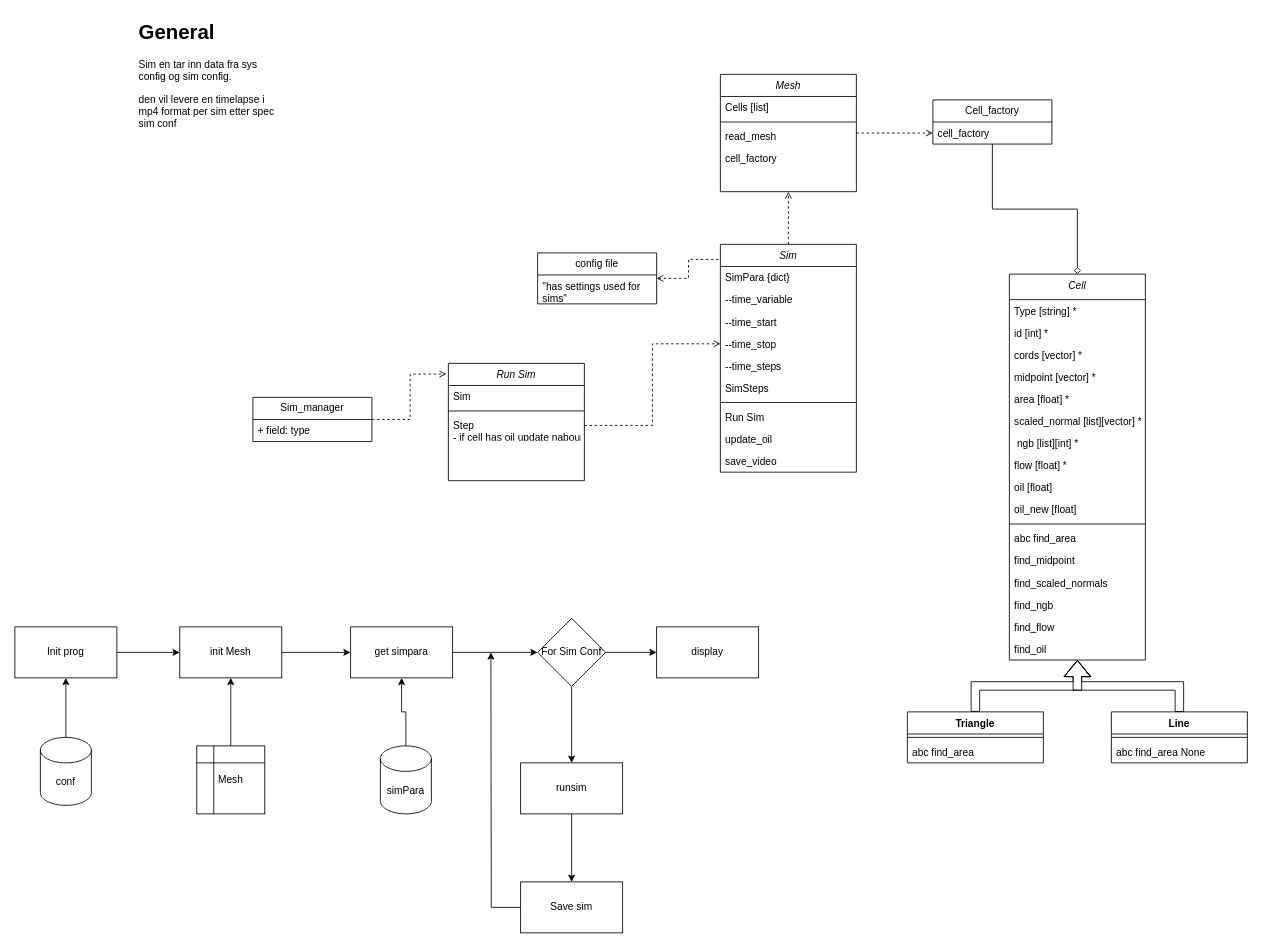
Earlier version of the draw.io diagram SYS Diagram.drawio (B-rage04/INF202_Gruppe5). Source tidied: cells renumbered, new cells numbered last; positions are measured from the earlier drawing's top-left corner, leaving out a move shared by most shapes. Both pictures are drawn from the tidied source at 85%, with x=0, y=0 at pixel (14, 14).
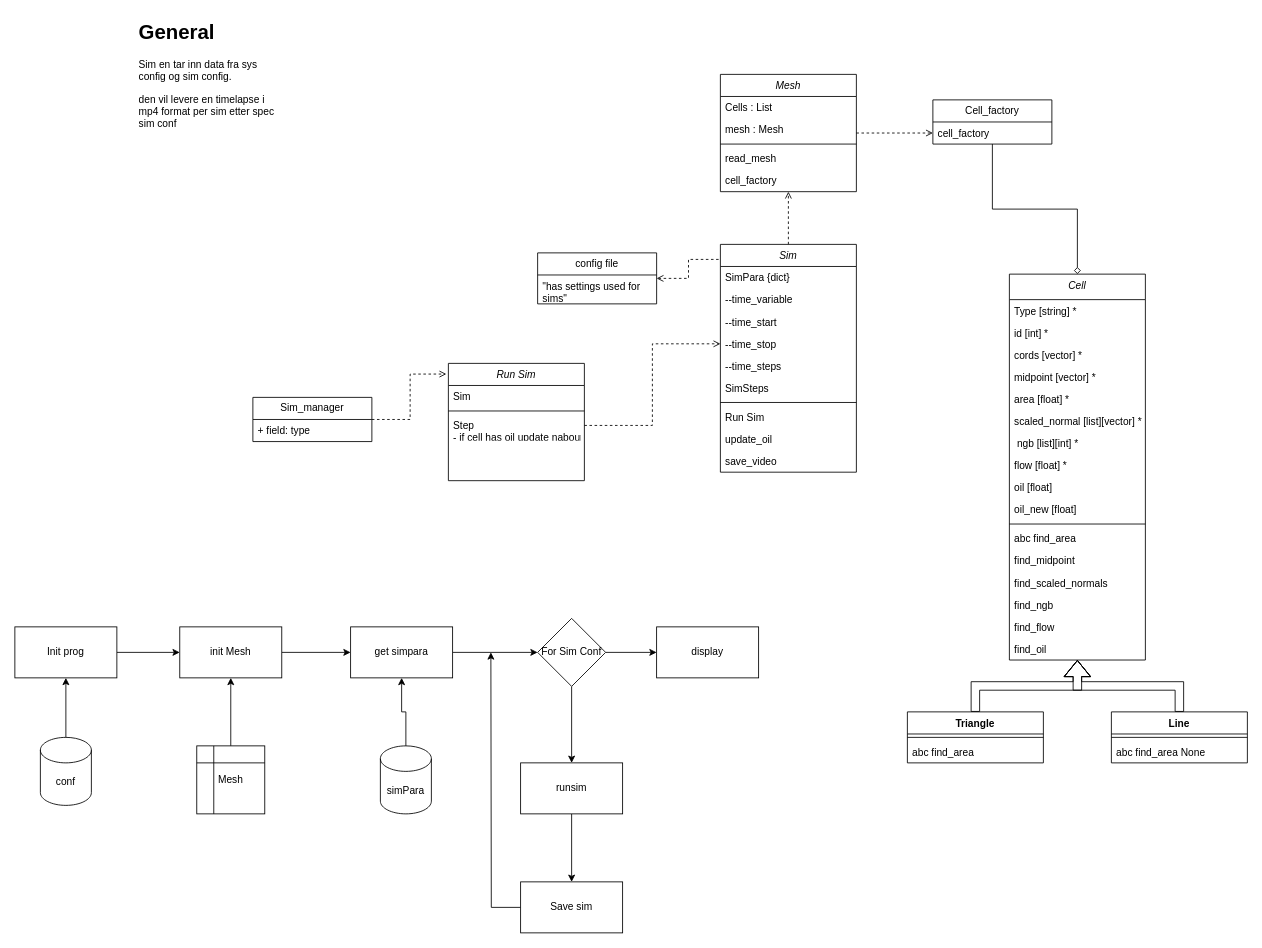
Above is the later version.

Unchanged cells that the change refers to:
```xml
<mxCell id="39" value="Mesh" style="swimlane;fontStyle=2;align=center;verticalAlign=top;horizontal=1;startSize=26;rounded=0;shadow=0;strokeWidth=1;" parent="1" vertex="1">
  <mxGeometry x="830" y="70" width="160" height="138" as="geometry" />
</mxCell>
```

Diff of the diagram source:
```diff
@@
-    <mxCell id="40" value="Cells [list]" style="text;align=left;verticalAlign=top;spacingLeft=4;spacingRight=4;overflow=hidden;rounded=0;shadow=0;html=0;" parent="39" vertex="1">
+    <mxCell id="40" value="Cells : List" style="text;align=left;verticalAlign=top;spacingLeft=4;spacingRight=4;overflow=hidden;rounded=0;shadow=0;html=0;" parent="39" vertex="1">
       <mxGeometry y="26" width="160" height="26" as="geometry" />
     </mxCell>
+    <mxCell id="81" value="mesh : Mesh" style="text;align=left;verticalAlign=top;spacingLeft=4;spacingRight=4;overflow=hidden;rounded=0;shadow=0;html=0;" parent="39" vertex="1">
+      <mxGeometry y="52" width="160" height="26" as="geometry" />
+    </mxCell>
     <mxCell id="41" style="line;html=1;strokeWidth=1;align=left;verticalAlign=middle;spacingTop=-1;spacingLeft=3;spacingRight=3;labelPosition=right;" parent="39" vertex="1">
-      <mxGeometry y="52" width="160" height="8" as="geometry" />
+      <mxGeometry y="78" width="160" height="8" as="geometry" />
     </mxCell>
     <mxCell id="42" value="read_mesh" style="text;align=left;verticalAlign=top;spacingLeft=4;spacingRight=4;overflow=hidden;rounded=0;shadow=0;html=0;" parent="39" vertex="1">
-      <mxGeometry y="60" width="160" height="26" as="geometry" />
+      <mxGeometry y="86" width="160" height="26" as="geometry" />
     </mxCell>
     <mxCell id="43" value="cell_factory" style="text;align=left;verticalAlign=top;spacingLeft=4;spacingRight=4;overflow=hidden;rounded=0;shadow=0;html=0;" parent="39" vertex="1">
-      <mxGeometry y="86" width="160" height="26" as="geometry" />
+      <mxGeometry y="112" width="160" height="26" as="geometry" />
     </mxCell>
```
